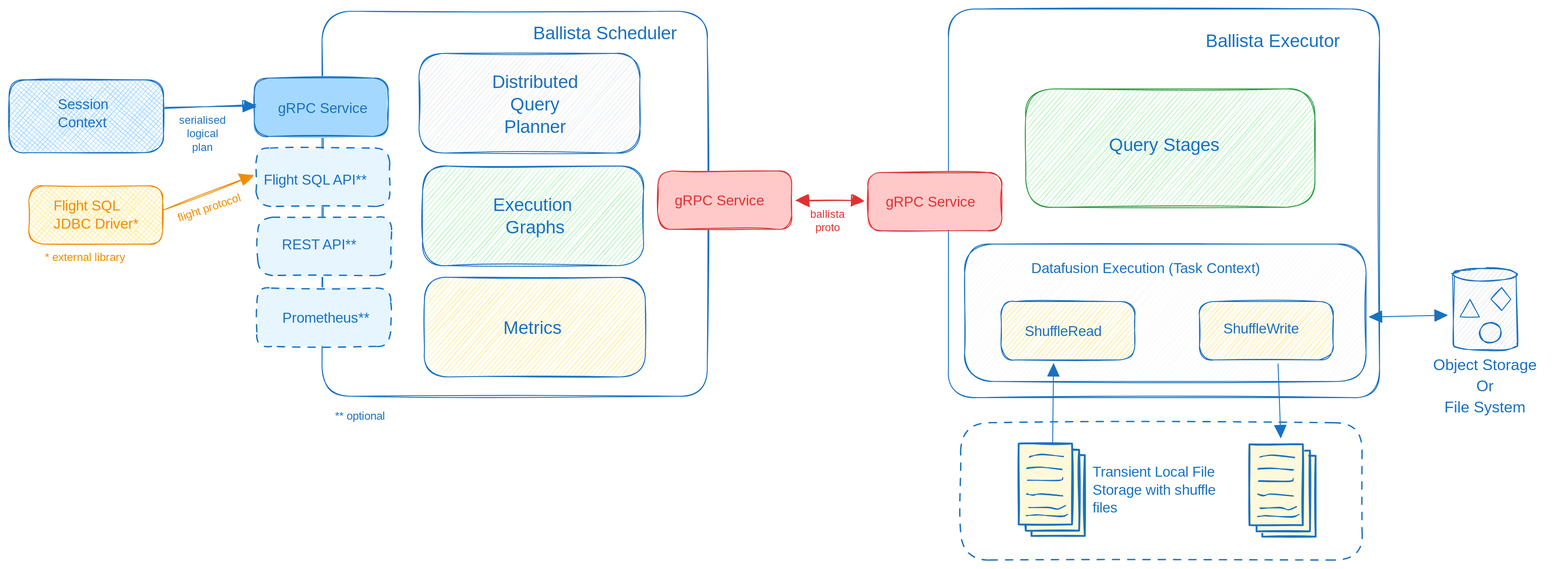
Before: docs/source/contributors-guide/ballista_architecture.excalidraw.svg, a diagram exported from Excalidraw (apache/datafusion-ballista). Source tidied: one line per element, renumbered; positions are measured from the earlier drawing's top-left corner, leaving out a move shared by most shapes.
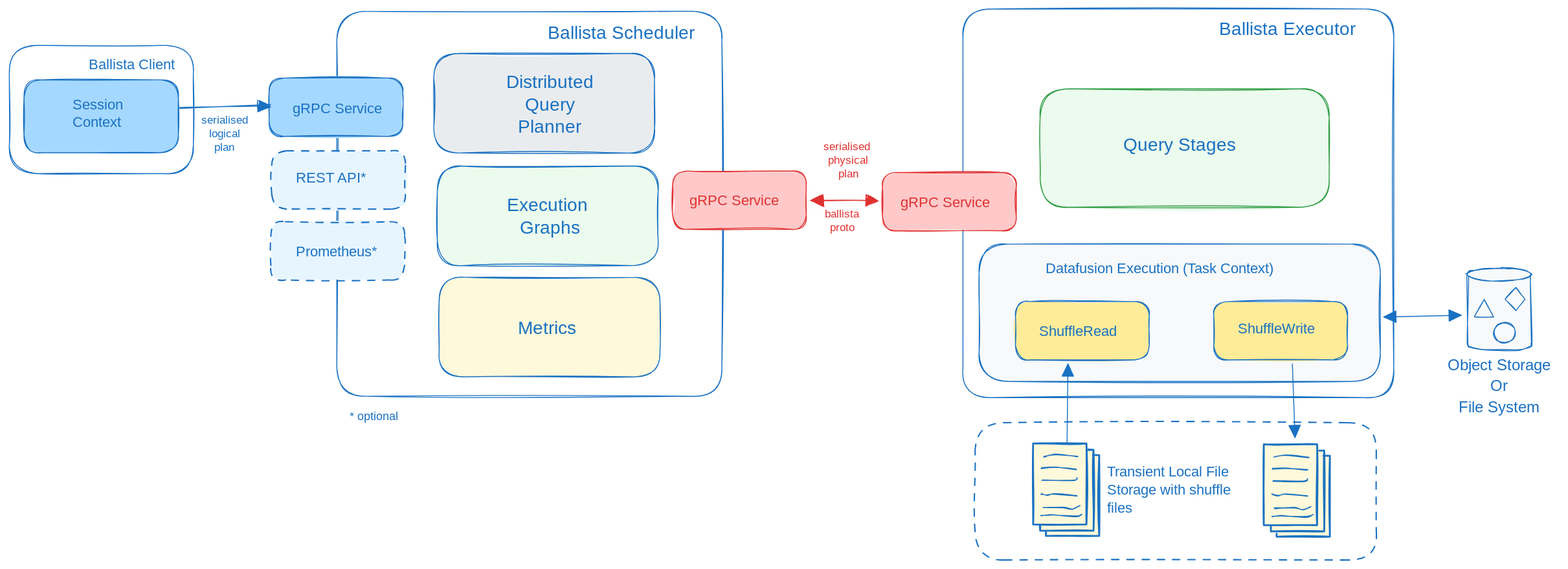
Later version of the same file.

Commit message:
doc: update architectural diagram

Diff of the diagram source:
```diff
@@ -1,46 +1,42 @@
 {"id": 0, "type": "rectangle", "strokeColor": "#1971c2", "strokeWidth": 1, "roughness": 1, "round": true, "x": 348, "y": 3, "width": 429, "height": 429}
-{"id": 1, "type": "rectangle", "strokeColor": "#1971c2", "backgroundColor": "#e9ecef", "fillStyle": "hachure", "strokeWidth": 1, "roughness": 1, "round": true, "x": 456, "y": 50, "width": 246, "height": 111}
+{"id": 1, "type": "rectangle", "strokeColor": "#1971c2", "backgroundColor": "#e9ecef", "fillStyle": "solid", "strokeWidth": 1, "roughness": 1, "round": true, "x": 456, "y": 50, "width": 246, "height": 111}
-{"id": 2, "type": "rectangle", "strokeColor": "#1971c2", "backgroundColor": "#b2f2bb", "fillStyle": "hachure", "strokeWidth": 1, "roughness": 1, "round": true, "x": 460, "y": 175, "width": 246, "height": 111}
+{"id": 2, "type": "rectangle", "strokeColor": "#1971c2", "backgroundColor": "#ebfbee", "fillStyle": "solid", "strokeWidth": 1, "roughness": 1, "round": true, "x": 460, "y": 175, "width": 246, "height": 111}
-{"id": 3, "type": "rectangle", "strokeColor": "#1971c2", "backgroundColor": "#ffec99", "fillStyle": "hachure", "strokeWidth": 1, "roughness": 1, "round": true, "x": 462, "y": 299, "width": 246, "height": 111}
+{"id": 3, "type": "rectangle", "strokeColor": "#1971c2", "backgroundColor": "#fff9db", "fillStyle": "solid", "strokeWidth": 1, "roughness": 1, "round": true, "x": 462, "y": 299, "width": 246, "height": 111}
 {"id": 4, "type": "rectangle", "strokeColor": "#e03131", "backgroundColor": "#ffc9c9", "fillStyle": "solid", "strokeWidth": 1, "roughness": 1, "round": true, "x": 722, "y": 181, "width": 149, "height": 65}
 {"id": 5, "type": "rectangle", "strokeColor": "#1971c2", "backgroundColor": "#a5d8ff", "fillStyle": "solid", "strokeWidth": 1, "roughness": 1, "round": true, "x": 273, "y": 77, "width": 149, "height": 65}
-{"id": 6, "type": "rectangle", "strokeColor": "#1971c2", "backgroundColor": "#e7f5ff", "fillStyle": "solid", "strokeWidth": 1, "strokeStyle": "dashed", "roughness": 1, "round": true, "x": 275, "y": 155, "width": 149, "height": 65}
-{"id": 7, "type": "rectangle", "strokeColor": "#1971c2", "backgroundColor": "#e7f5ff", "fillStyle": "solid", "strokeWidth": 1, "strokeStyle": "dashed", "roughness": 1, "round": true, "x": 277, "y": 232, "width": 149, "height": 65}
+{"id": 7, "type": "rectangle", "strokeColor": "#1971c2", "backgroundColor": "#e7f5ff", "fillStyle": "solid", "strokeWidth": 1, "strokeStyle": "dashed", "roughness": 1, "round": true, "x": 276, "y": 158, "width": 149, "height": 65}
-{"id": 8, "type": "rectangle", "strokeColor": "#1971c2", "backgroundColor": "#e7f5ff", "fillStyle": "solid", "strokeWidth": 1, "strokeStyle": "dashed", "roughness": 1, "round": true, "x": 276, "y": 311, "width": 149, "height": 65}
+{"id": 8, "type": "rectangle", "strokeColor": "#1971c2", "backgroundColor": "#e7f5ff", "fillStyle": "solid", "strokeWidth": 1, "strokeStyle": "dashed", "roughness": 1, "round": true, "x": 275, "y": 237, "width": 149, "height": 65}
 {"id": 9, "type": "text", "text": "Distributed\nQuery\nPlanner", "strokeColor": "#1971c2", "backgroundColor": "#a5d8ff", "fillStyle": "solid", "strokeWidth": 1, "roughness": 1, "fontSize": 20, "fontFamily": 5, "textAlign": "center", "x": 530, "y": 71, "width": 112, "height": 75}
 {"id": 10, "type": "text", "text": "Execution \nGraphs", "strokeColor": "#1971c2", "backgroundColor": "#e9ecef", "fillStyle": "hachure", "strokeWidth": 1, "roughness": 1, "fontSize": 20, "fontFamily": 5, "textAlign": "center", "x": 534, "y": 208, "width": 104, "height": 50}
 {"id": 11, "type": "text", "text": "Metrics", "strokeColor": "#1971c2", "backgroundColor": "#ffec99", "fillStyle": "hachure", "strokeWidth": 1, "roughness": 1, "fontSize": 20, "fontFamily": 5, "x": 550, "y": 345, "width": 72, "height": 25}
 {"id": 12, "type": "text", "text": "gRPC Service", "strokeColor": "#1971c2", "backgroundColor": "#b2f2bb", "fillStyle": "hachure", "strokeWidth": 1, "roughness": 1, "fontSize": 16, "fontFamily": 5, "x": 300, "y": 102, "width": 102, "height": 20}
-{"id": 13, "type": "text", "text": "Flight SQL API**", "strokeColor": "#1971c2", "backgroundColor": "#b2f2bb", "fillStyle": "hachure", "strokeWidth": 1, "roughness": 1, "fontSize": 16, "fontFamily": 5, "x": 284, "y": 182, "width": 136, "height": 20}
-{"id": 14, "type": "text", "text": "REST API**", "strokeColor": "#1971c2", "backgroundColor": "#b2f2bb", "fillStyle": "hachure", "strokeWidth": 1, "roughness": 1, "fontSize": 16, "fontFamily": 5, "x": 304, "y": 254, "width": 101, "height": 20}
+{"id": 14, "type": "text", "text": "REST API*", "strokeColor": "#1971c2", "backgroundColor": "#b2f2bb", "fillStyle": "hachure", "strokeWidth": 1, "roughness": 1, "fontSize": 16, "fontFamily": 5, "x": 303, "y": 180, "width": 92, "height": 20}
-{"id": 15, "type": "text", "text": "Prometheus**", "strokeColor": "#1971c2", "backgroundColor": "#b2f2bb", "fillStyle": "hachure", "strokeWidth": 1, "roughness": 1, "fontSize": 16, "fontFamily": 5, "x": 304, "y": 336, "width": 107, "height": 20}
+{"id": 15, "type": "text", "text": "Prometheus*", "strokeColor": "#1971c2", "backgroundColor": "#b2f2bb", "fillStyle": "hachure", "strokeWidth": 1, "roughness": 1, "fontSize": 16, "fontFamily": 5, "x": 303, "y": 262, "width": 99, "height": 20}
 {"id": 16, "type": "text", "text": "gRPC Service", "strokeColor": "#e03131", "backgroundColor": "#b2f2bb", "fillStyle": "hachure", "strokeWidth": 1, "roughness": 1, "fontSize": 16, "fontFamily": 5, "x": 741, "y": 205, "width": 102, "height": 20}
-{"id": 17, "type": "rectangle", "strokeColor": "#1971c2", "backgroundColor": "#a5d8ff", "fillStyle": "cross-hatch", "strokeWidth": 1, "roughness": 1, "round": true, "x": 0, "y": 79, "width": 172, "height": 81}
+{"id": 17, "type": "rectangle", "strokeColor": "#1971c2", "backgroundColor": "#a5d8ff", "fillStyle": "solid", "strokeWidth": 1, "roughness": 1, "round": true, "x": 0, "y": 79, "width": 172, "height": 81}
 {"id": 18, "type": "text", "text": "Session\nContext", "strokeColor": "#1971c2", "backgroundColor": "#b2f2bb", "fillStyle": "hachure", "strokeWidth": 1, "roughness": 1, "fontSize": 16, "fontFamily": 5, "x": 54, "y": 98, "width": 64, "height": 40}
-{"id": 19, "type": "rectangle", "strokeColor": "#f08c00", "backgroundColor": "#ffec99", "fillStyle": "cross-hatch", "strokeWidth": 1, "roughness": 1, "round": true, "x": 22, "y": 197, "width": 149, "height": 65}
 {"id": 20, "type": "arrow", "strokeColor": "#1971c2", "backgroundColor": "#b2f2bb", "fillStyle": "cross-hatch", "strokeWidth": 1, "roughness": 1, "endArrowhead": "triangle", "round": true, "from": 17, "to": 5, "x": 173, "y": 111, "width": 102, "height": 5, "points": [[0, 0], [102, -5]]}
-{"id": 21, "type": "arrow", "strokeColor": "#f08c00", "backgroundColor": "#b2f2bb", "fillStyle": "cross-hatch", "strokeWidth": 1, "roughness": 1, "endArrowhead": "triangle", "from": 65, "to": 13, "x": 172, "y": 224, "width": 99, "height": 38, "points": [[0, 0], [99, -38]]}
 {"id": 22, "type": "rectangle", "strokeColor": "#1971c2", "strokeWidth": 1, "roughness": 1, "round": true, "x": 1046, "y": 0, "width": 480, "height": 433}
 {"id": 23, "type": "rectangle", "strokeColor": "#e03131", "backgroundColor": "#ffc9c9", "fillStyle": "solid", "strokeWidth": 1, "roughness": 1, "round": true, "x": 956, "y": 182, "width": 149, "height": 65}
 {"id": 24, "type": "text", "text": "gRPC Service", "strokeColor": "#e03131", "backgroundColor": "#b2f2bb", "fillStyle": "hachure", "strokeWidth": 1, "roughness": 1, "fontSize": 16, "fontFamily": 5, "x": 976, "y": 206, "width": 102, "height": 20}
-{"id": 25, "type": "rectangle", "strokeColor": "#2f9e44", "backgroundColor": "#b2f2bb", "fillStyle": "hachure", "strokeWidth": 1, "roughness": 1, "round": true, "x": 1132, "y": 89, "width": 322, "height": 132}
+{"id": 25, "type": "rectangle", "strokeColor": "#2f9e44", "backgroundColor": "#ebfbee", "fillStyle": "solid", "strokeWidth": 1, "roughness": 1, "round": true, "x": 1132, "y": 89, "width": 322, "height": 132}
 {"id": 26, "type": "text", "text": "Query Stages", "strokeColor": "#1971c2", "backgroundColor": "#e9ecef", "fillStyle": "hachure", "strokeWidth": 1, "roughness": 1, "fontSize": 20, "fontFamily": 5, "x": 1225, "y": 140, "width": 132, "height": 25}
 {"id": 27, "type": "text", "text": "Ballista Scheduler", "strokeColor": "#1971c2", "backgroundColor": "#b2f2bb", "fillStyle": "cross-hatch", "strokeWidth": 1, "roughness": 1, "fontSize": 20, "fontFamily": 5, "x": 584, "y": 16, "width": 173, "height": 25}
-{"id": 28, "type": "text", "text": "Ballista Executor", "strokeColor": "#1971c2", "backgroundColor": "#b2f2bb", "fillStyle": "cross-hatch", "strokeWidth": 1, "roughness": 1, "fontSize": 20, "fontFamily": 5, "x": 1332, "y": 25, "width": 171, "height": 25}
+{"id": 28, "type": "text", "text": "Ballista Executor", "strokeColor": "#1971c2", "backgroundColor": "#b2f2bb", "fillStyle": "cross-hatch", "strokeWidth": 1, "roughness": 1, "fontSize": 20, "fontFamily": 5, "x": 1331, "y": 11, "width": 171, "height": 25}
-{"id": 29, "type": "rectangle", "strokeColor": "#1971c2", "backgroundColor": "#f8f9fa", "fillStyle": "hachure", "strokeWidth": 1, "roughness": 1, "round": true, "x": 1064, "y": 262, "width": 447, "height": 153}
+{"id": 29, "type": "rectangle", "strokeColor": "#1971c2", "backgroundColor": "#f8f9fa", "fillStyle": "solid", "strokeWidth": 1, "roughness": 1, "round": true, "x": 1064, "y": 262, "width": 447, "height": 153}
-{"id": 30, "type": "rectangle", "strokeColor": "#1971c2", "backgroundColor": "#ffec99", "fillStyle": "hachure", "strokeWidth": 1, "roughness": 1, "round": true, "x": 1105, "y": 326, "width": 149, "height": 65}
+{"id": 30, "type": "rectangle", "strokeColor": "#1971c2", "backgroundColor": "#ffec99", "fillStyle": "solid", "strokeWidth": 1, "roughness": 1, "round": true, "x": 1105, "y": 326, "width": 149, "height": 65}
-{"id": 31, "type": "rectangle", "strokeColor": "#1971c2", "backgroundColor": "#ffec99", "fillStyle": "hachure", "strokeWidth": 1, "roughness": 1, "round": true, "x": 1326, "y": 326, "width": 149, "height": 65}
+{"id": 31, "type": "rectangle", "strokeColor": "#1971c2", "backgroundColor": "#ffec99", "fillStyle": "solid", "strokeWidth": 1, "roughness": 1, "round": true, "x": 1326, "y": 326, "width": 149, "height": 65}
 {"id": 32, "type": "text", "text": "Datafusion Execution (Task Context)", "strokeColor": "#1971c2", "backgroundColor": "#e9ecef", "fillStyle": "hachure", "strokeWidth": 1, "roughness": 1, "fontSize": 16, "fontFamily": 5, "x": 1138, "y": 280, "width": 299, "height": 20}
 {"id": 33, "type": "text", "text": "ShuffleRead", "strokeColor": "#1971c2", "backgroundColor": "#b2f2bb", "fillStyle": "hachure", "strokeWidth": 1, "roughness": 1, "fontSize": 16, "fontFamily": 5, "x": 1131, "y": 350, "width": 94, "height": 20}
 {"id": 34, "type": "text", "text": "ShuffleWrite", "strokeColor": "#1971c2", "backgroundColor": "#b2f2bb", "fillStyle": "hachure", "strokeWidth": 1, "roughness": 1, "fontSize": 16, "fontFamily": 5, "x": 1352, "y": 347, "width": 95, "height": 20}
 {"id": 35, "type": "arrow", "strokeColor": "#e03131", "backgroundColor": "#a5d8ff", "fillStyle": "hachure", "strokeWidth": 1, "roughness": 1, "startArrowhead": "triangle", "endArrowhead": "triangle", "from": 4, "to": 23, "x": 876, "y": 213, "width": 75, "height": 0, "points": [[0, 0], [75, 0]]}
 {"id": 36, "type": "rectangle", "strokeColor": "#1971c2", "strokeWidth": 1, "strokeStyle": "dashed", "roughness": 1, "round": true, "x": 1060, "y": 461, "width": 447, "height": 153}
-{"id": 37, "type": "line", "strokeColor": "#1971c2", "backgroundColor": "#e9ecef", "fillStyle": "hachure", "strokeWidth": 1, "roughness": 1, "round": true, "x": 1608, "y": 296, "width": 72, "height": 92, "points": [[0, 0], [0, 70], [0, 78], [4, 81], [17, 84], [38, 85], [59, 84], [70, 80], [71, 77], [72, 71], [71, 6], [71, 0], [66, -4], [57, -6], [35, -7], [17, -6], [3, -3], [0, 0], [0, 0]]}
+{"id": 37, "type": "line", "strokeColor": "#1971c2", "backgroundColor": "#f8f9fa", "fillStyle": "solid", "strokeWidth": 1, "roughness": 1, "round": true, "x": 1608, "y": 296, "width": 72, "height": 92, "points": [[0, 0], [0, 70], [0, 78], [4, 81], [17, 84], [38, 85], [59, 84], [70, 80], [71, 77], [72, 71], [71, 6], [71, 0], [66, -4], [57, -6], [35, -7], [17, -6], [3, -3], [0, 0], [0, 0]]}
-{"id": 38, "type": "ellipse", "strokeColor": "#1971c2", "backgroundColor": "#e9ecef", "fillStyle": "hachure", "strokeWidth": 1, "roughness": 1, "x": 1608, "y": 289, "width": 71, "height": 14}
+{"id": 38, "type": "ellipse", "strokeColor": "#1971c2", "backgroundColor": "#f8f9fa", "fillStyle": "solid", "strokeWidth": 1, "roughness": 1, "x": 1608, "y": 289, "width": 71, "height": 14}
-{"id": 39, "type": "diamond", "strokeColor": "#1971c2", "backgroundColor": "#e9ecef", "fillStyle": "hachure", "strokeWidth": 1, "roughness": 1, "x": 1650, "y": 310, "width": 22, "height": 26}
+{"id": 39, "type": "diamond", "strokeColor": "#1971c2", "backgroundColor": "#f8f9fa", "fillStyle": "solid", "strokeWidth": 1, "roughness": 1, "x": 1650, "y": 310, "width": 22, "height": 26}
-{"id": 40, "type": "ellipse", "strokeColor": "#1971c2", "backgroundColor": "#e9ecef", "fillStyle": "hachure", "strokeWidth": 1, "roughness": 1, "x": 1638, "y": 349, "width": 24, "height": 23}
+{"id": 40, "type": "ellipse", "strokeColor": "#1971c2", "backgroundColor": "#f8f9fa", "fillStyle": "solid", "strokeWidth": 1, "roughness": 1, "x": 1638, "y": 349, "width": 24, "height": 23}
-{"id": 41, "type": "line", "strokeColor": "#1971c2", "backgroundColor": "#e9ecef", "fillStyle": "hachure", "strokeWidth": 1, "roughness": 1, "x": 1627, "y": 324, "width": 22, "height": 20, "points": [[0, 0], [10, 20], [-11, 19], [0, 0]]}
+{"id": 41, "type": "line", "strokeColor": "#1971c2", "backgroundColor": "#f8f9fa", "fillStyle": "solid", "strokeWidth": 1, "roughness": 1, "x": 1627, "y": 324, "width": 22, "height": 20, "points": [[0, 0], [10, 20], [-11, 19], [0, 0]]}
-{"id": 42, "type": "text", "text": "Object Storage\nOr\nFile System", "strokeColor": "#1971c2", "backgroundColor": "#e9ecef", "fillStyle": "hachure", "strokeWidth": 1, "roughness": 1, "fontSize": 17.52, "fontFamily": 1, "textAlign": "center", "x": 1577, "y": 386, "width": 133, "height": 71}
+{"id": 42, "type": "text", "text": "Object Storage\nOr\nFile System", "strokeColor": "#1971c2", "backgroundColor": "#f8f9fa", "fillStyle": "solid", "strokeWidth": 1, "roughness": 1, "fontSize": 17.52, "fontFamily": 1, "textAlign": "center", "x": 1578, "y": 386, "width": 132, "height": 71}
 {"id": 43, "type": "rectangle", "strokeColor": "#1971c2", "backgroundColor": "#fff9db", "fillStyle": "solid", "strokeWidth": 2, "roughness": 1, "x": 1138, "y": 497, "width": 59, "height": 90}
 {"id": 44, "type": "rectangle", "strokeColor": "#1971c2", "backgroundColor": "#fff9db", "fillStyle": "solid", "strokeWidth": 2, "roughness": 1, "x": 1132, "y": 491, "width": 59, "height": 90}
 {"id": 45, "type": "rectangle", "strokeColor": "#1971c2", "backgroundColor": "#fff9db", "fillStyle": "solid", "strokeWidth": 2, "roughness": 1, "x": 1124, "y": 484, "width": 59, "height": 90}
@@ -63,9 +59,9 @@
 {"id": 62, "type": "arrow", "strokeColor": "#1971c2", "backgroundColor": "#e9ecef", "fillStyle": "hachure", "strokeWidth": 1, "roughness": 0, "startArrowhead": "triangle", "from": 30, "to": 45, "x": 1163, "y": 395, "width": 1, "height": 88, "points": [[0, 0], [-1, 88]]}
 {"id": 63, "type": "arrow", "strokeColor": "#1971c2", "backgroundColor": "#e9ecef", "fillStyle": "hachure", "strokeWidth": 1, "roughness": 0, "endArrowhead": "triangle", "from": 31, "to": 55, "x": 1413, "y": 395, "width": 3, "height": 82, "points": [[0, 0], [3, 82]]}
 {"id": 64, "type": "text", "text": "Transient Local File \nStorage with shuffle \nfiles ", "strokeColor": "#1971c2", "backgroundColor": "#e9ecef", "fillStyle": "hachure", "strokeWidth": 1, "roughness": 1, "fontSize": 16, "fontFamily": 5, "x": 1207, "y": 507, "width": 166, "height": 60}
-{"id": 65, "type": "text", "text": "flight protocol", "strokeColor": "#f08c00", "angle": 5.96, "backgroundColor": "#ffec99", "fillStyle": "solid", "strokeWidth": 2, "strokeStyle": "dashed", "roughness": 1, "fontSize": 12.41, "fontFamily": 5, "textAlign": "center", "x": 179, "y": 214, "width": 89, "height": 16}
-{"id": 66, "type": "text", "text": "serialised\nlogical\nplan", "strokeColor": "#1971c2", "backgroundColor": "#ffec99", "fillStyle": "solid", "strokeWidth": 2, "strokeStyle": "dashed", "roughness": 1, "fontSize": 12.0, "fontFamily": 5, "textAlign": "center", "x": 189, "y": 118, "width": 54, "height": 45}
+{"id": 66, "type": "text", "text": "serialised\nlogical\nplan", "strokeColor": "#1971c2", "backgroundColor": "#ffec99", "fillStyle": "solid", "strokeWidth": 2, "strokeStyle": "dashed", "roughness": 1, "fontSize": 12.0, "fontFamily": 5, "textAlign": "center", "x": 197, "y": 118, "width": 54, "height": 45}
 {"id": 67, "type": "text", "text": "ballista\nproto", "strokeColor": "#e03131", "backgroundColor": "#ffec99", "fillStyle": "solid", "strokeWidth": 2, "strokeStyle": "dashed", "roughness": 1, "fontSize": 12.0, "fontFamily": 5, "textAlign": "center", "x": 891, "y": 222, "width": 42, "height": 30}
-{"id": 68, "type": "text", "text": "Flight SQL\nJDBC Driver*", "strokeColor": "#f08c00", "backgroundColor": "#b2f2bb", "fillStyle": "hachure", "strokeWidth": 1, "roughness": 1, "fontSize": 16, "fontFamily": 5, "x": 50, "y": 211, "width": 106, "height": 40}
-{"id": 69, "type": "text", "text": "* external library", "strokeColor": "#f08c00", "backgroundColor": "#b2f2bb", "fillStyle": "hachure", "strokeWidth": 1, "roughness": 1, "fontSize": 12.73, "fontFamily": 5, "x": 40, "y": 270, "width": 105, "height": 16}
-{"id": 70, "type": "text", "text": "** optional", "strokeColor": "#1971c2", "backgroundColor": "#b2f2bb", "fillStyle": "hachure", "strokeWidth": 1, "roughness": 1, "fontSize": 12.73, "fontFamily": 5, "x": 363, "y": 447, "width": 68, "height": 16}
+{"id": 70, "type": "text", "text": "* optional", "strokeColor": "#1971c2", "backgroundColor": "#b2f2bb", "fillStyle": "hachure", "strokeWidth": 1, "roughness": 1, "fontSize": 12.73, "fontFamily": 5, "x": 363, "y": 447, "width": 61, "height": 16}
+{"id": 71, "type": "text", "text": "serialised \nphysical\nplan", "strokeColor": "#e03131", "backgroundColor": "#ffec99", "fillStyle": "solid", "strokeWidth": 2, "strokeStyle": "dashed", "roughness": 1, "fontSize": 12.0, "fontFamily": 5, "textAlign": "center", "x": 889, "y": 147, "width": 59, "height": 45}
+{"id": 72, "type": "text", "text": "Ballista Client", "strokeColor": "#1971c2", "backgroundColor": "#ffec99", "fillStyle": "solid", "strokeWidth": 2, "strokeStyle": "dashed", "roughness": 1, "fontSize": 16, "fontFamily": 5, "textAlign": "center", "x": 66, "y": 53, "width": 109, "height": 20}
+{"id": 73, "type": "rectangle", "strokeColor": "#1971c2", "strokeWidth": 1, "roughness": 1, "round": true, "x": -16, "y": 40, "width": 205, "height": 143}
```
